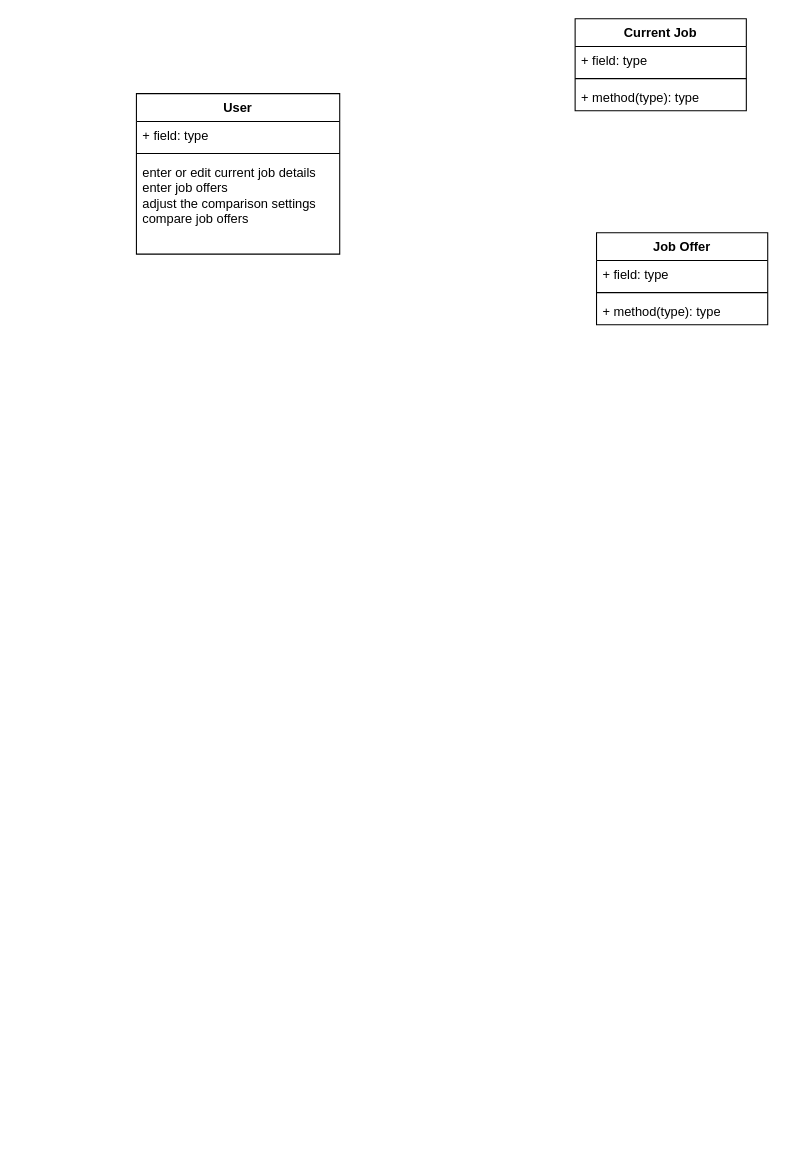
This is Untitled Diagram.drawio from LanYan1110/Blog_Web_Application, a draw.io file, before an edit. Source tidied: cells renumbered, new cells numbered last; positions are measured from the earlier drawing's top-left corner, leaving out a move shared by most shapes. Both pictures are drawn from the tidied source at 107%, with x=0, y=0 at pixel (136, 18).
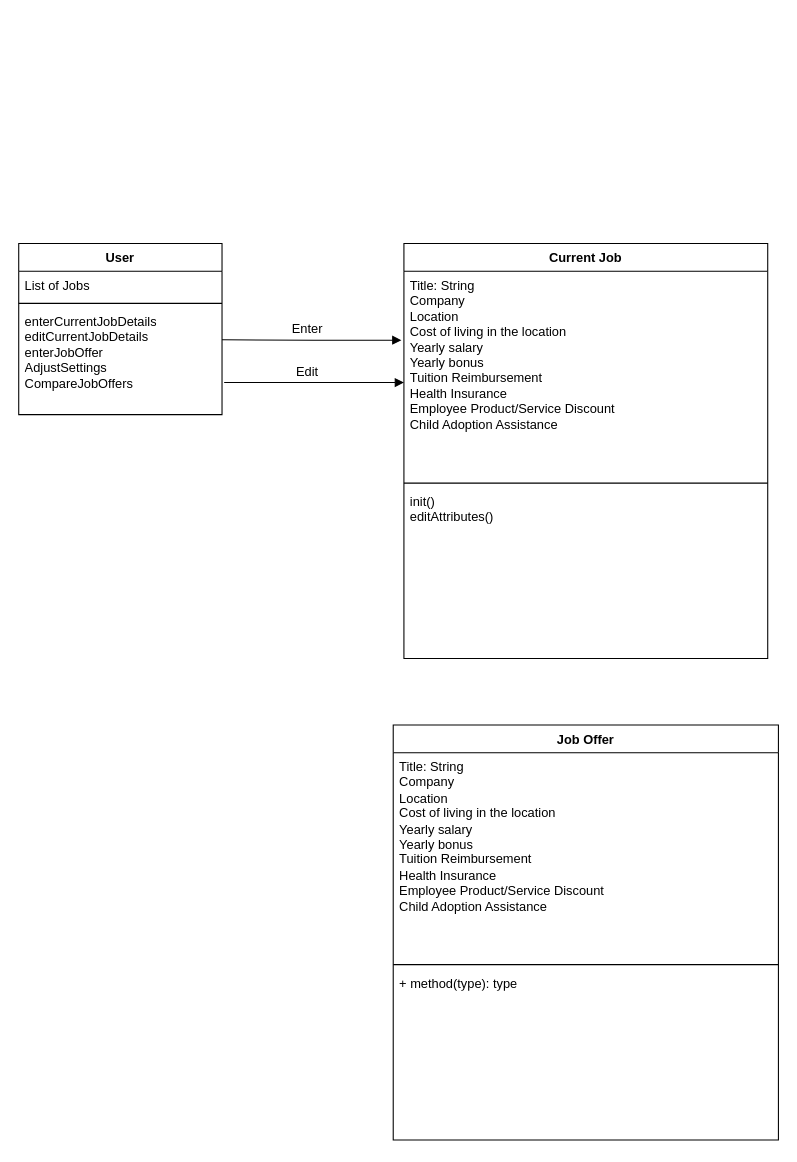
After the change.

Change to the diagram source:
```diff
@@
 <mxGraphModel>
   <root>
     <mxCell id="0" />
     <mxCell id="1" parent="0" />
-    <mxCell id="2" value="User" style="swimlane;fontStyle=1;align=center;verticalAlign=top;horizontal=1;startSize=26;whiteSpace=wrap;html=1;" parent="1" vertex="1">
-      <mxGeometry y="70" width="190" height="150" as="geometry" />
-    </mxCell>
-    <mxCell id="3" value="+ field: type" style="text;strokeColor=none;fillColor=none;align=left;verticalAlign=top;spacingLeft=4;spacingRight=4;overflow=hidden;whiteSpace=wrap;html=1;" parent="2" vertex="1">
-      <mxGeometry y="26" width="190" height="26" as="geometry" />
-    </mxCell>
-    <mxCell id="4" style="line;strokeWidth=1;fillColor=none;align=left;verticalAlign=middle;spacingTop=-1;spacingLeft=3;spacingRight=3;labelPosition=right;strokeColor=inherit;" parent="2" vertex="1">
-      <mxGeometry y="52" width="190" height="8" as="geometry" />
-    </mxCell>
-    <mxCell id="5" value="enter or edit current job details&lt;div&gt;enter job offers&lt;/div&gt;&lt;div&gt;adjust the comparison settings&lt;/div&gt;&lt;div&gt;compare job offers&lt;/div&gt;" style="text;strokeColor=none;fillColor=none;align=left;verticalAlign=top;spacingLeft=4;spacingRight=4;overflow=hidden;whiteSpace=wrap;html=1;" parent="2" vertex="1">
-      <mxGeometry y="60" width="190" height="90" as="geometry" />
-    </mxCell>
     <mxCell id="6" value="Current Job" style="swimlane;fontStyle=1;align=center;verticalAlign=top;horizontal=1;startSize=26;whiteSpace=wrap;html=1;" parent="1" vertex="1">
-      <mxGeometry x="410" width="160" height="86" as="geometry" />
+      <mxGeometry x="250" y="210" width="340" height="388" as="geometry" />
     </mxCell>
-    <mxCell id="7" value="+ field: type" style="text;strokeColor=none;fillColor=none;align=left;verticalAlign=top;spacingLeft=4;spacingRight=4;overflow=hidden;points=[[0,0.5],[1,0.5]];portConstraint=eastwest;whiteSpace=wrap;html=1;" parent="6" vertex="1">
-      <mxGeometry y="26" width="160" height="26" as="geometry" />
+    <mxCell id="7" value="&lt;div&gt;Title: String&lt;/div&gt;&lt;div&gt;Company&lt;/div&gt;&lt;div&gt;Location&amp;nbsp;&lt;/div&gt;&lt;div&gt;Cost of living in the location&amp;nbsp;&lt;/div&gt;&lt;div&gt;Yearly salary&amp;nbsp;&lt;/div&gt;&lt;div&gt;Yearly bonus&amp;nbsp;&lt;/div&gt;&lt;div&gt;Tuition Reimbursement&amp;nbsp;&lt;/div&gt;&lt;div&gt;Health Insurance&amp;nbsp;&lt;/div&gt;&lt;div&gt;Employee Product/Service Discount&amp;nbsp;&lt;/div&gt;&lt;div&gt;Child Adoption Assistance&lt;/div&gt;&lt;div&gt;&lt;br&gt;&lt;/div&gt;" style="text;strokeColor=none;fillColor=none;align=left;verticalAlign=top;spacingLeft=4;spacingRight=4;overflow=hidden;points=[[0,0.5],[1,0.5]];portConstraint=eastwest;whiteSpace=wrap;html=1;" parent="6" vertex="1">
+      <mxGeometry y="26" width="340" height="194" as="geometry" />
     </mxCell>
     <mxCell id="8" style="line;strokeWidth=1;fillColor=none;align=left;verticalAlign=middle;spacingTop=-1;spacingLeft=3;spacingRight=3;labelPosition=right;strokeColor=inherit;" parent="6" vertex="1">
-      <mxGeometry y="52" width="160" height="8" as="geometry" />
+      <mxGeometry y="220" width="340" height="8" as="geometry" />
     </mxCell>
-    <mxCell id="9" value="+ method(type): type" style="text;strokeColor=none;fillColor=none;align=left;verticalAlign=top;spacingLeft=4;spacingRight=4;overflow=hidden;whiteSpace=wrap;html=1;" parent="6" vertex="1">
-      <mxGeometry y="60" width="160" height="26" as="geometry" />
+    <mxCell id="9" value="init()&lt;div&gt;editAttributes()&lt;/div&gt;" style="text;strokeColor=none;fillColor=none;align=left;verticalAlign=top;spacingLeft=4;spacingRight=4;overflow=hidden;whiteSpace=wrap;html=1;" parent="6" vertex="1">
+      <mxGeometry y="228" width="340" height="160" as="geometry" />
     </mxCell>
+    <mxCell id="2" value="User" style="swimlane;fontStyle=1;align=center;verticalAlign=top;horizontal=1;startSize=26;whiteSpace=wrap;html=1;" parent="1" vertex="1">
+      <mxGeometry x="-110" y="210" width="190" height="160" as="geometry" />
+    </mxCell>
+    <mxCell id="14" value="List of Jobs" style="text;strokeColor=none;fillColor=none;align=left;verticalAlign=top;spacingLeft=4;spacingRight=4;overflow=hidden;whiteSpace=wrap;html=1;" parent="2" vertex="1">
+      <mxGeometry y="26" width="190" height="26" as="geometry" />
+    </mxCell>
+    <mxCell id="4" style="line;strokeWidth=1;fillColor=none;align=left;verticalAlign=middle;spacingTop=-1;spacingLeft=3;spacingRight=3;labelPosition=right;strokeColor=inherit;" parent="2" vertex="1">
+      <mxGeometry y="52" width="190" height="8" as="geometry" />
+    </mxCell>
+    <mxCell id="15" value="enterCurrentJobDetails&lt;div style=&quot;--tw-scale-x: 1; --tw-scale-y: 1; --tw-pan-x: ; --tw-pan-y: ; --tw-pinch-zoom: ; --tw-scroll-snap-strictness: proximity; --tw-gradient-from-position: ; --tw-gradient-via-position: ; --tw-gradient-to-position: ; --tw-ordinal: ; --tw-slashed-zero: ; --tw-numeric-figure: ; --tw-numeric-spacing: ; --tw-numeric-fraction: ; --tw-ring-inset: ; --tw-ring-offset-width: 0px; --tw-ring-offset-color: light-dark(#fff, #000000); --tw-ring-color: rgb(59 130 246 / .5); --tw-ring-offset-shadow: 0 0 #0000; --tw-ring-shadow: 0 0 #0000; --tw-shadow: 0 0 #0000; --tw-shadow-colored: 0 0 #0000; --tw-blur: ; --tw-brightness: ; --tw-contrast: ; --tw-grayscale: ; --tw-hue-rotate: ; --tw-invert: ; --tw-saturate: ; --tw-sepia: ; --tw-drop-shadow: ; --tw-backdrop-blur: ; --tw-backdrop-brightness: ; --tw-backdrop-contrast: ; --tw-backdrop-grayscale: ; --tw-backdrop-hue-rotate: ; --tw-backdrop-invert: ; --tw-backdrop-opacity: ; --tw-backdrop-saturate: ; --tw-backdrop-sepia: ;&quot;&gt;editCurrentJobDetails&lt;br style=&quot;--tw-scale-x: 1; --tw-scale-y: 1; --tw-pan-x: ; --tw-pan-y: ; --tw-pinch-zoom: ; --tw-scroll-snap-strictness: proximity; --tw-gradient-from-position: ; --tw-gradient-via-position: ; --tw-gradient-to-position: ; --tw-ordinal: ; --tw-slashed-zero: ; --tw-numeric-figure: ; --tw-numeric-spacing: ; --tw-numeric-fraction: ; --tw-ring-inset: ; --tw-ring-offset-width: 0px; --tw-ring-offset-color: light-dark(#fff, #000000); --tw-ring-color: rgb(59 130 246 / .5); --tw-ring-offset-shadow: 0 0 #0000; --tw-ring-shadow: 0 0 #0000; --tw-shadow: 0 0 #0000; --tw-shadow-colored: 0 0 #0000; --tw-blur: ; --tw-brightness: ; --tw-contrast: ; --tw-grayscale: ; --tw-hue-rotate: ; --tw-invert: ; --tw-saturate: ; --tw-sepia: ; --tw-drop-shadow: ; --tw-backdrop-blur: ; --tw-backdrop-brightness: ; --tw-backdrop-contrast: ; --tw-backdrop-grayscale: ; --tw-backdrop-hue-rotate: ; --tw-backdrop-invert: ; --tw-backdrop-opacity: ; --tw-backdrop-saturate: ; --tw-backdrop-sepia: ;&quot;&gt;&lt;div style=&quot;--tw-scale-x: 1; --tw-scale-y: 1; --tw-pan-x: ; --tw-pan-y: ; --tw-pinch-zoom: ; --tw-scroll-snap-strictness: proximity; --tw-gradient-from-position: ; --tw-gradient-via-position: ; --tw-gradient-to-position: ; --tw-ordinal: ; --tw-slashed-zero: ; --tw-numeric-figure: ; --tw-numeric-spacing: ; --tw-numeric-fraction: ; --tw-ring-inset: ; --tw-ring-offset-width: 0px; --tw-ring-offset-color: light-dark(#fff, #000000); --tw-ring-color: rgb(59 130 246 / .5); --tw-ring-offset-shadow: 0 0 #0000; --tw-ring-shadow: 0 0 #0000; --tw-shadow: 0 0 #0000; --tw-shadow-colored: 0 0 #0000; --tw-blur: ; --tw-brightness: ; --tw-contrast: ; --tw-grayscale: ; --tw-hue-rotate: ; --tw-invert: ; --tw-saturate: ; --tw-sepia: ; --tw-drop-shadow: ; --tw-backdrop-blur: ; --tw-backdrop-brightness: ; --tw-backdrop-contrast: ; --tw-backdrop-grayscale: ; --tw-backdrop-hue-rotate: ; --tw-backdrop-invert: ; --tw-backdrop-opacity: ; --tw-backdrop-saturate: ; --tw-backdrop-sepia: ;&quot;&gt;enterJobOffer&lt;/div&gt;&lt;div style=&quot;--tw-scale-x: 1; --tw-scale-y: 1; --tw-pan-x: ; --tw-pan-y: ; --tw-pinch-zoom: ; --tw-scroll-snap-strictness: proximity; --tw-gradient-from-position: ; --tw-gradient-via-position: ; --tw-gradient-to-position: ; --tw-ordinal: ; --tw-slashed-zero: ; --tw-numeric-figure: ; --tw-numeric-spacing: ; --tw-numeric-fraction: ; --tw-ring-inset: ; --tw-ring-offset-width: 0px; --tw-ring-offset-color: light-dark(#fff, #000000); --tw-ring-color: rgb(59 130 246 / .5); --tw-ring-offset-shadow: 0 0 #0000; --tw-ring-shadow: 0 0 #0000; --tw-shadow: 0 0 #0000; --tw-shadow-colored: 0 0 #0000; --tw-blur: ; --tw-brightness: ; --tw-contrast: ; --tw-grayscale: ; --tw-hue-rotate: ; --tw-invert: ; --tw-saturate: ; --tw-sepia: ; --tw-drop-shadow: ; --tw-backdrop-blur: ; --tw-backdrop-brightness: ; --tw-backdrop-contrast: ; --tw-backdrop-grayscale: ; --tw-backdrop-hue-rotate: ; --tw-backdrop-invert: ; --tw-backdrop-opacity: ; --tw-backdrop-saturate: ; --tw-backdrop-sepia: ;&quot;&gt;AdjustSettings&lt;/div&gt;&lt;div style=&quot;--tw-scale-x: 1; --tw-scale-y: 1; --tw-pan-x: ; --tw-pan-y: ; --tw-pinch-zoom: ; --tw-scroll-snap-strictness: proximity; --tw-gradient-from-position: ; --tw-gradient-via-position: ; --tw-gradient-to-position: ; --tw-ordinal: ; --tw-slashed-zero: ; --tw-numeric-figure: ; --tw-numeric-spacing: ; --tw-numeric-fraction: ; --tw-ring-inset: ; --tw-ring-offset-width: 0px; --tw-ring-offset-color: light-dark(#fff, #000000); --tw-ring-color: rgb(59 130 246 / .5); --tw-ring-offset-shadow: 0 0 #0000; --tw-ring-shadow: 0 0 #0000; --tw-shadow: 0 0 #0000; --tw-shadow-colored: 0 0 #0000; --tw-blur: ; --tw-brightness: ; --tw-contrast: ; --tw-grayscale: ; --tw-hue-rotate: ; --tw-invert: ; --tw-saturate: ; --tw-sepia: ; --tw-drop-shadow: ; --tw-backdrop-blur: ; --tw-backdrop-brightness: ; --tw-backdrop-contrast: ; --tw-backdrop-grayscale: ; --tw-backdrop-hue-rotate: ; --tw-backdrop-invert: ; --tw-backdrop-opacity: ; --tw-backdrop-saturate: ; --tw-backdrop-sepia: ;&quot;&gt;CompareJobOffers&lt;/div&gt;&lt;/div&gt;" style="text;strokeColor=none;fillColor=none;align=left;verticalAlign=top;spacingLeft=4;spacingRight=4;overflow=hidden;whiteSpace=wrap;html=1;" parent="2" vertex="1">
+      <mxGeometry y="60" width="190" height="100" as="geometry" />
+    </mxCell>
     <mxCell id="10" value="Job Offer" style="swimlane;fontStyle=1;align=center;verticalAlign=top;horizontal=1;startSize=26;whiteSpace=wrap;html=1;" parent="1" vertex="1">
-      <mxGeometry x="430" y="200" width="160" height="86" as="geometry" />
+      <mxGeometry x="240" y="660" width="360" height="388" as="geometry" />
     </mxCell>
-    <mxCell id="11" value="+ field: type" style="text;strokeColor=none;fillColor=none;align=left;verticalAlign=top;spacingLeft=4;spacingRight=4;overflow=hidden;whiteSpace=wrap;html=1;" parent="10" vertex="1">
-      <mxGeometry y="26" width="160" height="26" as="geometry" />
-    </mxCell>
-    <mxCell id="12" style="line;strokeWidth=1;fillColor=none;align=left;verticalAlign=middle;spacingTop=-1;spacingLeft=3;spacingRight=3;labelPosition=right;strokeColor=inherit;" parent="10" vertex="1">
-      <mxGeometry y="52" width="160" height="8" as="geometry" />
-    </mxCell>
+    <mxCell id="16" value="&lt;div&gt;Title: String&lt;/div&gt;&lt;div&gt;Company&lt;/div&gt;&lt;div&gt;Location&amp;nbsp;&lt;/div&gt;&lt;div&gt;Cost of living in the location&amp;nbsp;&lt;/div&gt;&lt;div&gt;Yearly salary&amp;nbsp;&lt;/div&gt;&lt;div&gt;Yearly bonus&amp;nbsp;&lt;/div&gt;&lt;div&gt;Tuition Reimbursement&amp;nbsp;&lt;/div&gt;&lt;div&gt;Health Insurance&amp;nbsp;&lt;/div&gt;&lt;div&gt;Employee Product/Service Discount&amp;nbsp;&lt;/div&gt;&lt;div&gt;Child Adoption Assistance&lt;/div&gt;&lt;div&gt;&lt;br&gt;&lt;/div&gt;" style="text;strokeColor=none;fillColor=none;align=left;verticalAlign=top;spacingLeft=4;spacingRight=4;overflow=hidden;whiteSpace=wrap;html=1;" parent="10" vertex="1">
+      <mxGeometry y="26" width="360" height="194" as="geometry" />
+    </mxCell>
+    <mxCell id="17" style="line;strokeWidth=1;fillColor=none;align=left;verticalAlign=middle;spacingTop=-1;spacingLeft=3;spacingRight=3;labelPosition=right;strokeColor=inherit;" parent="10" vertex="1">
+      <mxGeometry y="220" width="360" height="8" as="geometry" />
+    </mxCell>
     <mxCell id="13" value="+ method(type): type" style="text;strokeColor=none;fillColor=none;align=left;verticalAlign=top;spacingLeft=4;spacingRight=4;overflow=hidden;whiteSpace=wrap;html=1;" parent="10" vertex="1">
-      <mxGeometry y="60" width="160" height="26" as="geometry" />
+      <mxGeometry y="228" width="360" height="160" as="geometry" />
     </mxCell>
+    <mxCell id="18" value="Enter" style="text;html=1;align=center;verticalAlign=middle;whiteSpace=wrap;rounded=0;" parent="1" vertex="1">
+      <mxGeometry x="130" y="280" width="60" height="20" as="geometry" />
+    </mxCell>
+    <mxCell id="19" style="endArrow=block;endFill=1;html=1;edgeStyle=orthogonalEdgeStyle;align=left;verticalAlign=top;rounded=0;entryX=-0.007;entryY=0.332;entryDx=0;entryDy=0;entryPerimeter=0;" parent="1" edge="1" target="7">
+      <mxGeometry x="-1" relative="1" as="geometry">
+        <mxPoint x="80" y="300" as="sourcePoint" />
+      </mxGeometry>
+    </mxCell>
+    <mxCell id="20" value="Edit" style="text;html=1;align=center;verticalAlign=middle;whiteSpace=wrap;rounded=0;" parent="1" vertex="1">
+      <mxGeometry x="135" y="320" width="50" height="20" as="geometry" />
+    </mxCell>
+    <mxCell id="21" style="endArrow=block;endFill=1;html=1;edgeStyle=orthogonalEdgeStyle;align=left;verticalAlign=top;rounded=0;entryX=-0.007;entryY=0.332;entryDx=0;entryDy=0;entryPerimeter=0;" parent="1" edge="1">
+      <mxGeometry x="-1" relative="1" as="geometry">
+        <mxPoint x="82" y="340" as="sourcePoint" />
+        <mxPoint x="250" y="340" as="targetPoint" />
+      </mxGeometry>
+    </mxCell>
   </root>
 </mxGraphModel>
```
